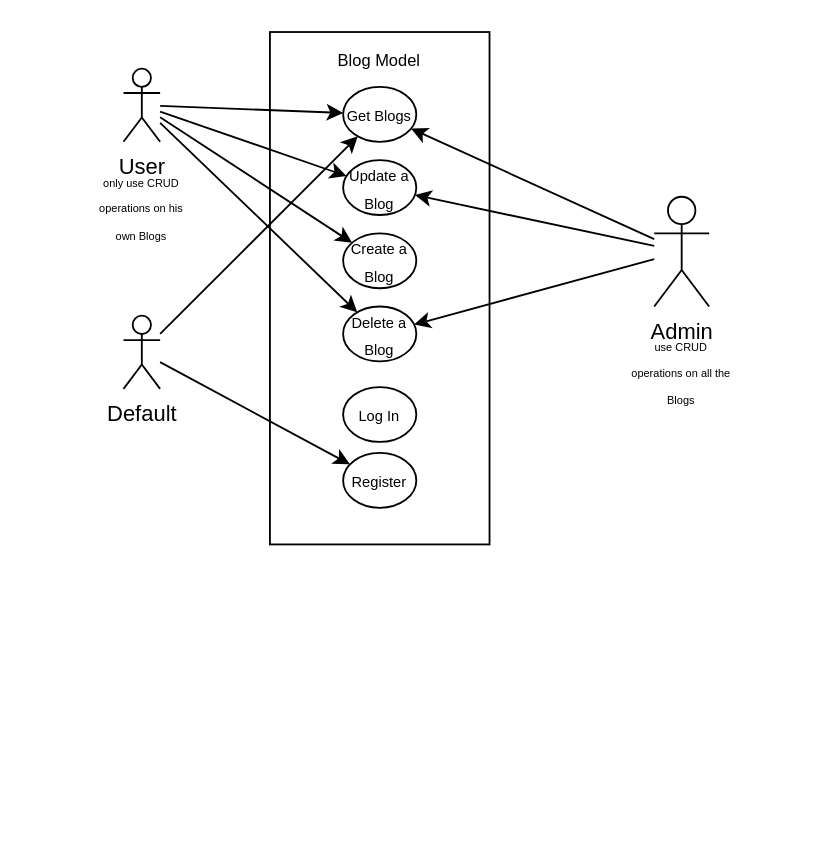
lorisdileo/ueK223_Frontend keeps this draw.io diagram as UseCaseDiagram.drawio. Above is the earlier version. Source tidied: cells renumbered, new cells numbered last; positions are measured from the earlier drawing's top-left corner, leaving out a move shared by most shapes. Both pictures are drawn from the tidied source at 183%, with x=0, y=0 at pixel (86, 31).
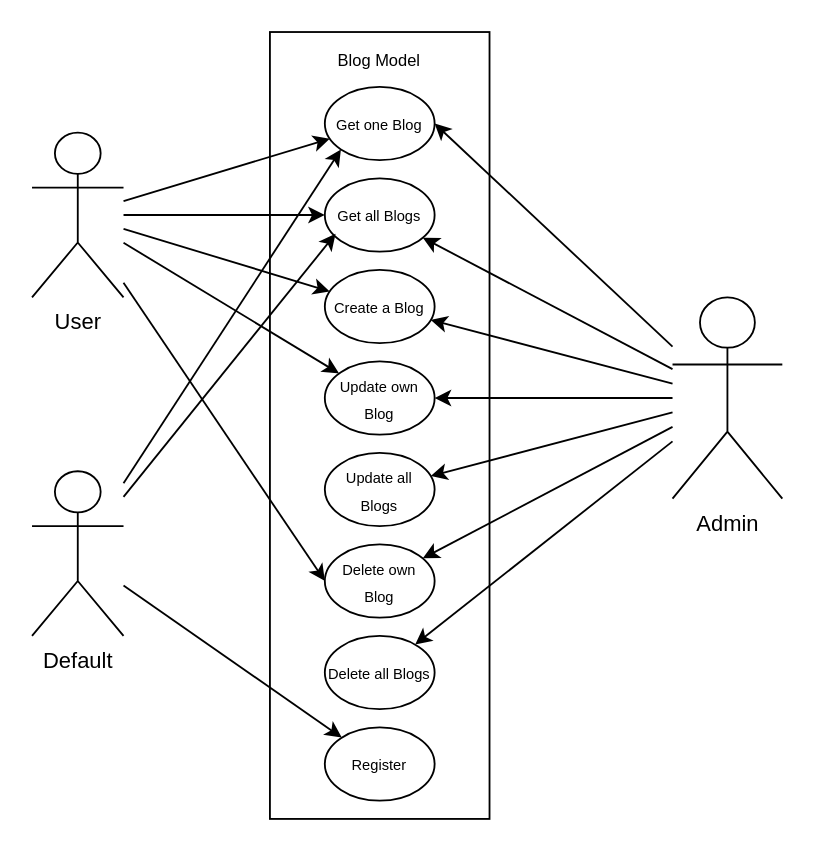
Above is the later version.

Diff of the diagram source:
```diff
@@
     <mxCell id="2" value="User" style="shape=umlActor;verticalLabelPosition=bottom;verticalAlign=top;html=1;outlineConnect=0;" parent="1" vertex="1">
-      <mxGeometry x="20" y="20" width="20" height="40" as="geometry" />
+      <mxGeometry x="-30" y="55" width="50" height="90" as="geometry" />
     </mxCell>
     <mxCell id="3" value="Admin" style="shape=umlActor;verticalLabelPosition=bottom;verticalAlign=top;html=1;outlineConnect=0;" parent="1" vertex="1">
-      <mxGeometry x="310" y="90" width="30" height="60" as="geometry" />
+      <mxGeometry x="320" y="145" width="60" height="110" as="geometry" />
     </mxCell>
     <mxCell id="4" value="Default" style="shape=umlActor;verticalLabelPosition=bottom;verticalAlign=top;html=1;outlineConnect=0;" parent="1" vertex="1">
-      <mxGeometry x="20" y="155" width="20" height="40" as="geometry" />
+      <mxGeometry x="-30" y="240" width="50" height="90" as="geometry" />
     </mxCell>
     <mxCell id="5" style="rounded=0;whiteSpace=wrap;html=1;" parent="1" vertex="1">
-      <mxGeometry x="100" width="120" height="280" as="geometry" />
+      <mxGeometry x="100" width="120" height="430" as="geometry" />
     </mxCell>
@@
-    <mxCell id="7" value="&lt;font style=&quot;font-size: 8px;&quot;&gt;Get Blogs&lt;/font&gt;" style="ellipse;whiteSpace=wrap;html=1;" parent="1" vertex="1">
-      <mxGeometry x="140" y="30" width="40" height="30" as="geometry" />
+    <mxCell id="7" value="&lt;font style=&quot;font-size: 8px;&quot;&gt;Get one Blog&lt;/font&gt;" style="ellipse;whiteSpace=wrap;html=1;" parent="1" vertex="1">
+      <mxGeometry x="130" y="30" width="60" height="40" as="geometry" />
     </mxCell>
-    <mxCell id="8" value="&lt;font style=&quot;font-size: 8px;&quot;&gt;Update a Blog&lt;/font&gt;" style="ellipse;whiteSpace=wrap;html=1;" parent="1" vertex="1">
-      <mxGeometry x="140" y="70" width="40" height="30" as="geometry" />
-    </mxCell>
+    <mxCell id="24" value="&lt;span style=&quot;font-size: 8px;&quot;&gt;Get all Blogs&lt;/span&gt;" style="ellipse;whiteSpace=wrap;html=1;" parent="1" vertex="1">
+      <mxGeometry x="130" y="80" width="60" height="40" as="geometry" />
+    </mxCell>
+    <mxCell id="25" value="&lt;font style=&quot;font-size: 8px;&quot;&gt;Delete all Blogs&lt;/font&gt;" style="ellipse;whiteSpace=wrap;html=1;" parent="1" vertex="1">
+      <mxGeometry x="130" y="330" width="60" height="40" as="geometry" />
+    </mxCell>
+    <mxCell id="26" value="&lt;font style=&quot;font-size: 8px;&quot;&gt;Update own Blog&lt;/font&gt;" style="ellipse;whiteSpace=wrap;html=1;" parent="1" vertex="1">
+      <mxGeometry x="130" y="180" width="60" height="40" as="geometry" />
+    </mxCell>
+    <mxCell id="27" value="&lt;font style=&quot;font-size: 8px;&quot;&gt;Update all Blogs&lt;/font&gt;" style="ellipse;whiteSpace=wrap;html=1;" parent="1" vertex="1">
+      <mxGeometry x="130" y="230" width="60" height="40" as="geometry" />
+    </mxCell>
     <mxCell id="9" value="&lt;font style=&quot;font-size: 8px;&quot;&gt;Create a Blog&lt;/font&gt;" style="ellipse;whiteSpace=wrap;html=1;" parent="1" vertex="1">
-      <mxGeometry x="140" y="110" width="40" height="30" as="geometry" />
+      <mxGeometry x="130" y="130" width="60" height="40" as="geometry" />
     </mxCell>
-    <mxCell id="10" value="&lt;font style=&quot;font-size: 8px;&quot;&gt;Delete a Blog&lt;/font&gt;" style="ellipse;whiteSpace=wrap;html=1;" parent="1" vertex="1">
-      <mxGeometry x="140" y="150" width="40" height="30" as="geometry" />
-    </mxCell>
-    <mxCell id="11" value="&lt;font style=&quot;font-size: 8px;&quot;&gt;Log In&lt;/font&gt;" style="ellipse;whiteSpace=wrap;html=1;" parent="1" vertex="1">
-      <mxGeometry x="140" y="194" width="40" height="30" as="geometry" />
-    </mxCell>
+    <mxCell id="28" value="&lt;font style=&quot;font-size: 8px;&quot;&gt;Delete own Blog&lt;/font&gt;" style="ellipse;whiteSpace=wrap;html=1;" parent="1" vertex="1">
+      <mxGeometry x="130" y="280" width="60" height="40" as="geometry" />
+    </mxCell>
     <mxCell id="12" value="&lt;font style=&quot;font-size: 8px;&quot;&gt;Register&lt;/font&gt;" style="ellipse;whiteSpace=wrap;html=1;" parent="1" vertex="1">
-      <mxGeometry x="140" y="230" width="40" height="30" as="geometry" />
+      <mxGeometry x="130" y="380" width="60" height="40" as="geometry" />
     </mxCell>
-    <mxCell id="13" style="endArrow=classic;html=1;rounded=0;" parent="1" edge="1" source="4" target="7">
+    <mxCell id="13" style="endArrow=classic;html=1;rounded=0;entryX=0;entryY=1;entryDx=0;entryDy=0;" parent="1" edge="1" source="4" target="7">
       <mxGeometry relative="1" as="geometry" />
     </mxCell>
+    <mxCell id="29" style="endArrow=classic;html=1;rounded=0;entryX=0.098;entryY=0.757;entryDx=0;entryDy=0;entryPerimeter=0;" parent="1" edge="1" source="4" target="24">
+      <mxGeometry relative="1" as="geometry" />
+    </mxCell>
@@
-    <mxCell id="15" style="endArrow=classic;html=1;rounded=0;" parent="1" edge="1" source="2" target="8">
-      <mxGeometry relative="1" as="geometry" />
-    </mxCell>
@@
+    <mxCell id="30" style="endArrow=classic;html=1;rounded=0;" parent="1" edge="1" source="2" target="24">
+      <mxGeometry relative="1" as="geometry" />
+    </mxCell>
@@
-    <mxCell id="18" style="endArrow=classic;html=1;rounded=0;" parent="1" edge="1" source="2" target="10">
-      <mxGeometry relative="1" as="geometry" />
-    </mxCell>
+    <mxCell id="31" style="endArrow=classic;html=1;rounded=0;" parent="1" edge="1" source="2" target="26">
+      <mxGeometry relative="1" as="geometry" />
+    </mxCell>
+    <mxCell id="32" style="endArrow=classic;html=1;rounded=0;entryX=0;entryY=0.5;entryDx=0;entryDy=0;" parent="1" edge="1" source="2" target="28">
+      <mxGeometry relative="1" as="geometry" />
+    </mxCell>
-    <mxCell id="19" style="endArrow=classic;html=1;rounded=0;" parent="1" edge="1" source="3" target="7">
+    <mxCell id="19" style="endArrow=classic;html=1;rounded=0;entryX=1;entryY=0.5;entryDx=0;entryDy=0;" parent="1" edge="1" source="3" target="7">
       <mxGeometry relative="1" as="geometry" />
     </mxCell>
-    <mxCell id="20" style="endArrow=classic;html=1;rounded=0;" parent="1" edge="1" source="3" target="8">
-      <mxGeometry relative="1" as="geometry" />
-    </mxCell>
-    <mxCell id="21" style="endArrow=classic;html=1;rounded=0;" parent="1" edge="1" source="3" target="10">
-      <mxGeometry relative="1" as="geometry" />
-    </mxCell>
-    <mxCell id="22" value="&lt;font style=&quot;font-size: 6px;&quot;&gt;use CRUD operations on all the Blogs&lt;/font&gt;" style="text;html=1;strokeColor=none;fillColor=none;align=center;verticalAlign=middle;whiteSpace=wrap;rounded=0;" parent="1" vertex="1">
-      <mxGeometry x="295" y="170" width="60" height="30" as="geometry" />
-    </mxCell>
-    <mxCell id="23" value="&lt;font style=&quot;font-size: 6px;&quot;&gt;only use CRUD operations on his own Blogs&lt;/font&gt;" style="text;html=1;strokeColor=none;fillColor=none;align=center;verticalAlign=middle;whiteSpace=wrap;rounded=0;" parent="1" vertex="1">
-      <mxGeometry y="80" width="60" height="30" as="geometry" />
-    </mxCell>
+    <mxCell id="33" style="endArrow=classic;html=1;rounded=0;" parent="1" edge="1" source="3" target="24">
+      <mxGeometry relative="1" as="geometry" />
+    </mxCell>
+    <mxCell id="34" style="endArrow=classic;html=1;rounded=0;" parent="1" edge="1" source="3" target="27">
+      <mxGeometry relative="1" as="geometry" />
+    </mxCell>
+    <mxCell id="35" style="endArrow=classic;html=1;rounded=0;" parent="1" edge="1" source="3" target="25">
+      <mxGeometry relative="1" as="geometry" />
+    </mxCell>
+    <mxCell id="36" style="endArrow=classic;html=1;rounded=0;" parent="1" edge="1" source="3" target="9">
+      <mxGeometry relative="1" as="geometry" />
+    </mxCell>
+    <mxCell id="37" style="endArrow=classic;html=1;rounded=0;" parent="1" edge="1" source="3" target="26">
+      <mxGeometry relative="1" as="geometry" />
+    </mxCell>
+    <mxCell id="38" style="endArrow=classic;html=1;rounded=0;" parent="1" edge="1" source="3" target="28">
+      <mxGeometry relative="1" as="geometry" />
+    </mxCell>
```
